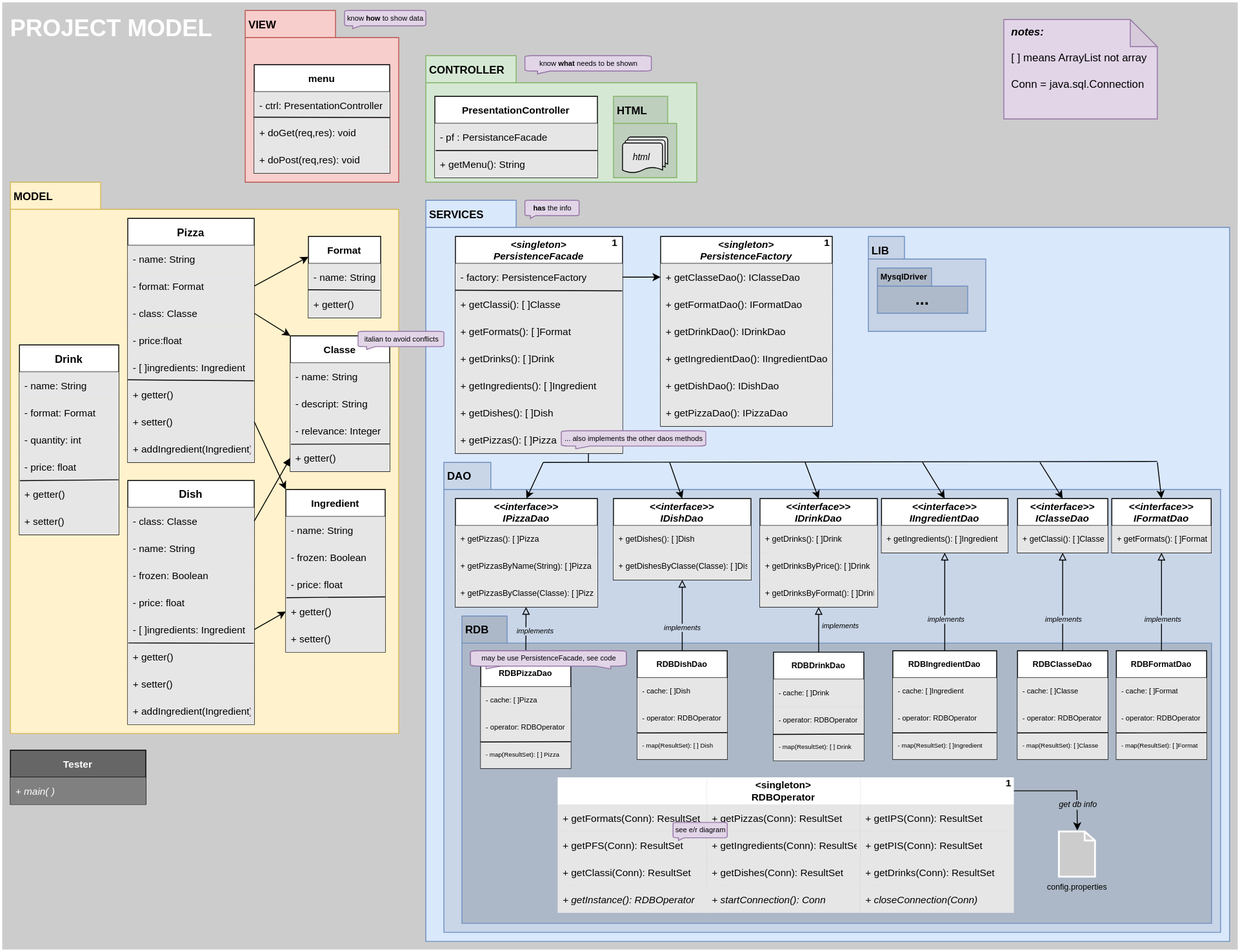
Earlier version of the draw.io export doc/assets/projectModelCiclo1.drawio.svg (omismone/strapizzami). Source tidied: cells renumbered, new cells last; positions are measured from the earlier drawing's top-left corner, leaving out a move shared by most shapes.
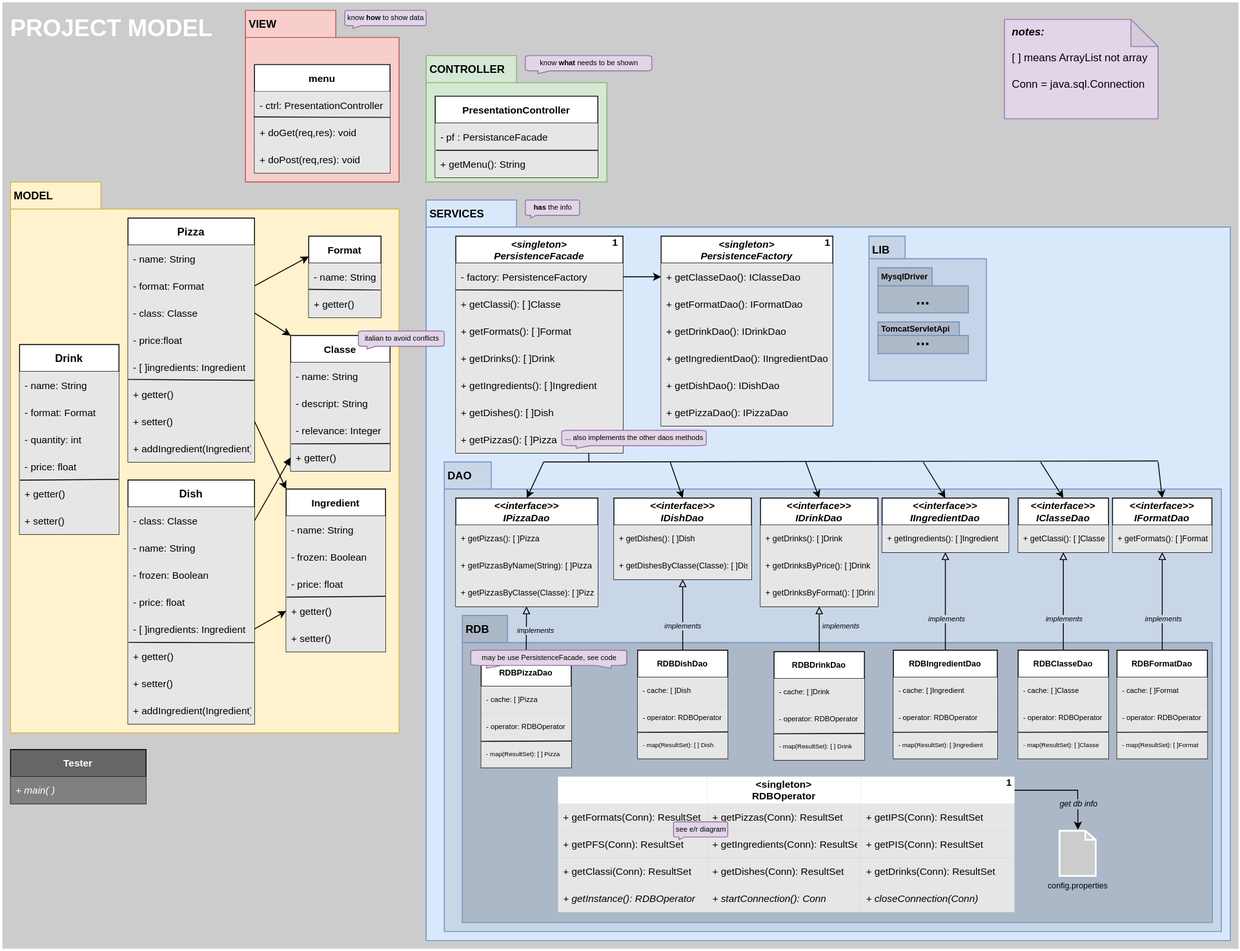
After the change.

Change to the diagram source:
```diff
@@ -390,10 +390,10 @@
       <mxGeometry relative="1" as="geometry" />
     </mxCell>
     <mxCell id="129" value="CONTROLLER" style="shape=folder;fontStyle=1;spacingTop=2;tabWidth=100;tabHeight=30;tabPosition=left;html=1;verticalAlign=top;align=left;horizontal=1;labelPosition=center;verticalLabelPosition=middle;fontSize=12;spacingLeft=2;fillColor=#d5e8d4;strokeColor=#82b366;" parent="1" vertex="1">
-      <mxGeometry x="470" y="60" width="300" height="140" as="geometry" />
+      <mxGeometry x="470" y="60" width="200" height="140" as="geometry" />
     </mxCell>
     <mxCell id="130" value="LIB" style="shape=folder;fontStyle=1;spacingTop=2;tabWidth=40;tabHeight=25;tabPosition=left;html=1;verticalAlign=top;align=left;horizontal=1;labelPosition=center;verticalLabelPosition=middle;fontSize=12;spacingLeft=2;fillColor=#C7D3E6;strokeColor=#6c8ebf;" parent="1" vertex="1">
-      <mxGeometry x="960" y="260" width="130" height="105" as="geometry" />
+      <mxGeometry x="960" y="260" width="130" height="160" as="geometry" />
     </mxCell>
     <mxCell id="131" value="MysqlDriver" style="shape=folder;fontStyle=1;spacingTop=-2;tabWidth=60;tabHeight=20;tabPosition=left;html=1;verticalAlign=top;align=left;horizontal=1;labelPosition=center;verticalLabelPosition=middle;fontSize=9;spacingLeft=2;fillColor=#AEB9C9;strokeColor=#6c8ebf;" parent="1" vertex="1">
       <mxGeometry x="970" y="295" width="100" height="50" as="geometry" />
@@ -401,9 +401,6 @@
     <mxCell id="132" value="&lt;b&gt;&lt;font style=&quot;font-size: 18px;&quot;&gt;...&lt;/font&gt;&lt;/b&gt;" style="text;html=1;strokeColor=none;fillColor=none;align=center;verticalAlign=middle;whiteSpace=wrap;rounded=0;" parent="1" vertex="1">
       <mxGeometry x="970" y="325" width="100" height="10" as="geometry" />
     </mxCell>
-    <mxCell id="133" value="HTML" style="shape=folder;fontStyle=1;spacingTop=2;tabWidth=60;tabHeight=30;tabPosition=left;html=1;verticalAlign=top;align=left;horizontal=1;labelPosition=center;verticalLabelPosition=middle;fontSize=12;spacingLeft=2;fillColor=#BECFBD;strokeColor=#82b366;" parent="1" vertex="1">
-      <mxGeometry x="677.8" y="105" width="70" height="90" as="geometry" />
-    </mxCell>
     <mxCell id="134" value="PresentationController" style="swimlane;fontStyle=1;horizontal=1;startSize=30;fontSize=11;" parent="1" vertex="1">
       <mxGeometry x="480" y="105" width="180" height="90" as="geometry" />
     </mxCell>
@@ -425,9 +422,6 @@
     <mxCell id="140" value="&lt;b&gt;has &lt;/b&gt;the info" style="html=1;verticalLabelPosition=middle;align=center;labelBackgroundColor=none;verticalAlign=middle;strokeWidth=1;strokeColor=#9673a6;shadow=0;dashed=0;shape=mxgraph.ios7.icons.message;labelBorderColor=none;fontSize=8;direction=east;flipH=1;labelPosition=center;spacingTop=-3;fillColor=#e1d5e7;" parent="1" vertex="1">
       <mxGeometry x="579.7" y="220" width="60" height="20" as="geometry" />
     </mxCell>
-    <mxCell id="141" value="&lt;font color=&quot;#000000&quot; size=&quot;1&quot;&gt;&lt;i&gt;html&lt;/i&gt;&lt;/font&gt;" style="strokeWidth=1;html=1;shape=mxgraph.flowchart.multi-document;whiteSpace=wrap;labelBackgroundColor=none;fontSize=21;fontColor=#FFFFFF;fillColor=#E6E6E6;spacingTop=-4;spacingLeft=-8;" parent="1" vertex="1">
-      <mxGeometry x="687.8" y="150" width="50" height="40" as="geometry" />
-    </mxCell>
     <mxCell id="142" value="italian to avoid conflicts" style="html=1;verticalLabelPosition=middle;align=center;labelBackgroundColor=none;verticalAlign=middle;strokeWidth=1;strokeColor=#9673a6;shadow=0;dashed=0;shape=mxgraph.ios7.icons.message;labelBorderColor=none;fontSize=8;direction=east;flipH=1;labelPosition=center;spacingTop=-3;fillColor=#e1d5e7;" parent="1" vertex="1">
       <mxGeometry x="395" y="365" width="95" height="20" as="geometry" />
     </mxCell>
@@ -599,5 +593,11 @@
     <mxCell id="188" value="... also implements the other daos methods" style="html=1;verticalLabelPosition=middle;align=center;labelBackgroundColor=none;verticalAlign=middle;strokeWidth=1;strokeColor=#9673a6;shadow=0;dashed=0;shape=mxgraph.ios7.icons.message;labelBorderColor=none;fontSize=8;direction=east;flipH=1;labelPosition=center;spacingTop=-3;fillColor=#e1d5e7;" parent="1" vertex="1">
       <mxGeometry x="620" y="475" width="160" height="20" as="geometry" />
     </mxCell>
+    <mxCell id="189" value="TomcatServletApi&amp;nbsp;" style="shape=folder;fontStyle=1;spacingTop=-4;tabWidth=90;tabHeight=15;tabPosition=left;html=1;verticalAlign=top;align=left;horizontal=1;labelPosition=center;verticalLabelPosition=middle;fontSize=9;spacingLeft=2;fillColor=#AEB9C9;strokeColor=#6c8ebf;" parent="1" vertex="1">
+      <mxGeometry x="970" y="355" width="100" height="35" as="geometry" />
+    </mxCell>
+    <mxCell id="190" value="&lt;b&gt;&lt;font style=&quot;font-size: 18px;&quot;&gt;...&lt;/font&gt;&lt;/b&gt;" style="text;html=1;strokeColor=none;fillColor=none;align=center;verticalAlign=middle;whiteSpace=wrap;rounded=0;" parent="1" vertex="1">
+      <mxGeometry x="970" y="370" width="100" height="10" as="geometry" />
+    </mxCell>
   </root>
 </mxGraphModel>
```
